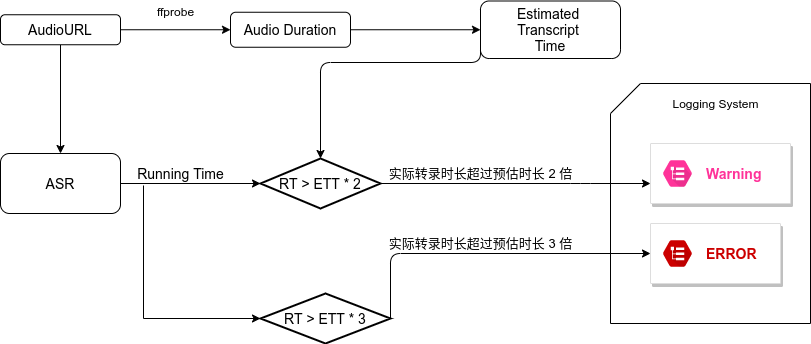
drocat/stuff keeps this draw.io diagram as 2021/asrtimeout.png. Above is the earlier version. Source tidied: cells renumbered, new cells last; positions are measured from the earlier drawing's top-left corner, leaving out a move shared by most shapes.
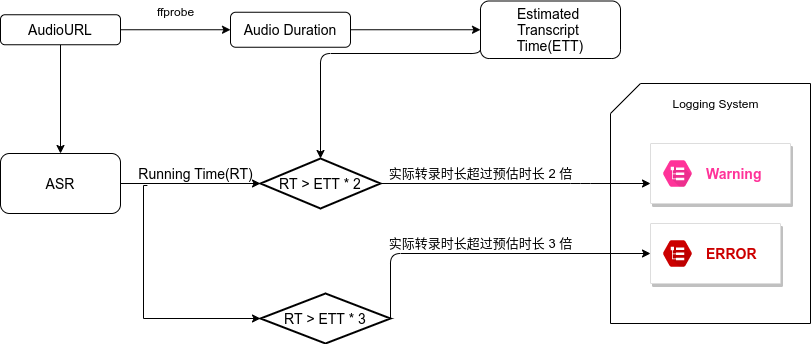
The same diagram one commit later.

Change to the diagram source:
```diff
@@ -20,7 +20,7 @@
     <mxCell id="7" value="&lt;font style=&quot;font-size: 14px&quot;&gt;ASR&lt;/font&gt;" style="rounded=1;whiteSpace=wrap;html=1;" parent="1" vertex="1">
       <mxGeometry y="152" width="120" height="60" as="geometry" />
     </mxCell>
-    <mxCell id="8" value="&lt;font style=&quot;font-size: 14px&quot;&gt;Estimated&amp;nbsp;&lt;br&gt;Transcript&amp;nbsp;&lt;br&gt;Time&lt;/font&gt;" style="rounded=1;whiteSpace=wrap;html=1;" parent="1" vertex="1">
+    <mxCell id="8" value="&lt;font style=&quot;font-size: 14px&quot;&gt;Estimated&amp;nbsp;&lt;br&gt;Transcript&amp;nbsp;&lt;br&gt;Time(ETT)&lt;/font&gt;" style="rounded=1;whiteSpace=wrap;html=1;" parent="1" vertex="1">
       <mxGeometry x="480" y="-0.5" width="140" height="57.5" as="geometry" />
     </mxCell>
     <mxCell id="9" value="&lt;font style=&quot;font-size: 14px&quot;&gt;Audio Duration&lt;/font&gt;" style="rounded=1;whiteSpace=wrap;html=1;" parent="1" vertex="1">
@@ -42,14 +42,14 @@
         </Array>
       </mxGeometry>
     </mxCell>
-    <mxCell id="14" value="&lt;font style=&quot;font-size: 14px&quot;&gt;Running Time&lt;/font&gt;" style="text;html=1;align=center;verticalAlign=middle;points=[];" parent="1" vertex="1">
-      <mxGeometry x="130" y="162" width="100" height="20" as="geometry" />
+    <mxCell id="14" value="&lt;font style=&quot;font-size: 14px&quot;&gt;Running Time(RT)&lt;/font&gt;" style="text;html=1;align=center;verticalAlign=middle;points=[];" parent="1" vertex="1">
+      <mxGeometry x="130" y="162" width="130" height="20" as="geometry" />
     </mxCell>
     <mxCell id="15" style="edgeStyle=segmentEdgeStyle;endArrow=classic;html=1;exitX=0;exitY=0.75;exitDx=0;exitDy=0;entryX=0.5;entryY=0;entryDx=0;entryDy=0;entryPerimeter=0;" parent="1" edge="1" source="8" target="12">
       <mxGeometry relative="1" as="geometry">
         <Array as="points">
-          <mxPoint x="480" y="61" />
-          <mxPoint x="320" y="61" />
+          <mxPoint x="480" y="52" />
+          <mxPoint x="320" y="52" />
         </Array>
       </mxGeometry>
     </mxCell>
```
